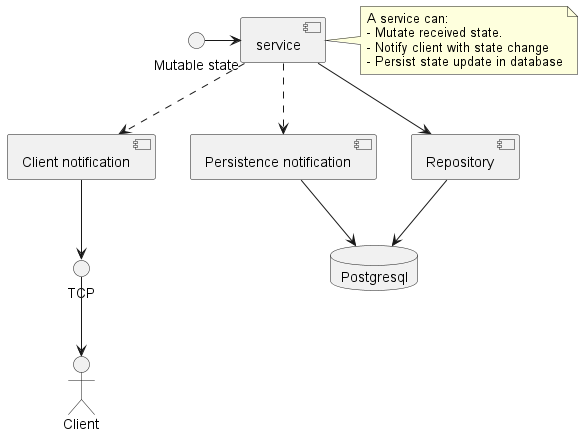
Above: doc/diagram/service_layer.png in nmeylan/rust-ro (PlantUML), before the change. The source it was exported from:
```plantuml
@startuml

interface "Mutable state" as mut
[service] as service
note right of service: A service can:\n- Mutate received state. \n- Notify client with state change\n- Persist state update in database

[Client notification] as response
[Persistence notification] as persistence
[Repository] as repository
database Postgresql as database
mut -> service
service ..> response
service ..> persistence
service --> repository

persistence --> database
repository --> database

interface TCP
response --> TCP
TCP --> :Client:
@enduml
```
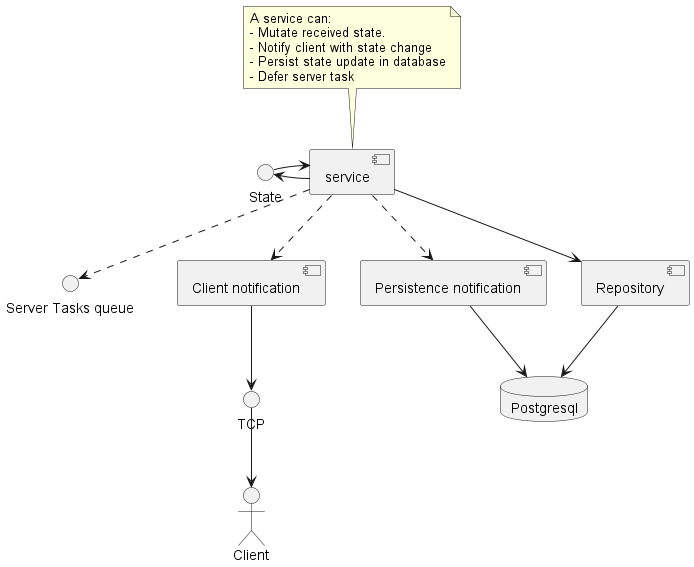
The same file after the commit.

Change to the diagram source:
```diff
@@ -1,16 +1,19 @@
 @startuml
 
-interface "Mutable state" as mut
+interface "State" as mutin
+interface "Server Tasks queue" as task_queue
 [service] as service
-note right of service: A service can:\n- Mutate received state. \n- Notify client with state change\n- Persist state update in database
+note top of service: A service can:\n- Mutate received state. \n- Notify client with state change\n- Persist state update in database\n- Defer server task
 
 [Client notification] as response
 [Persistence notification] as persistence
 [Repository] as repository
 database Postgresql as database
-mut -> service
+mutin <- service
+mutin -> service
 service ..> response
 service ..> persistence
+service ..> task_queue
 service --> repository
 
 persistence --> database
```
